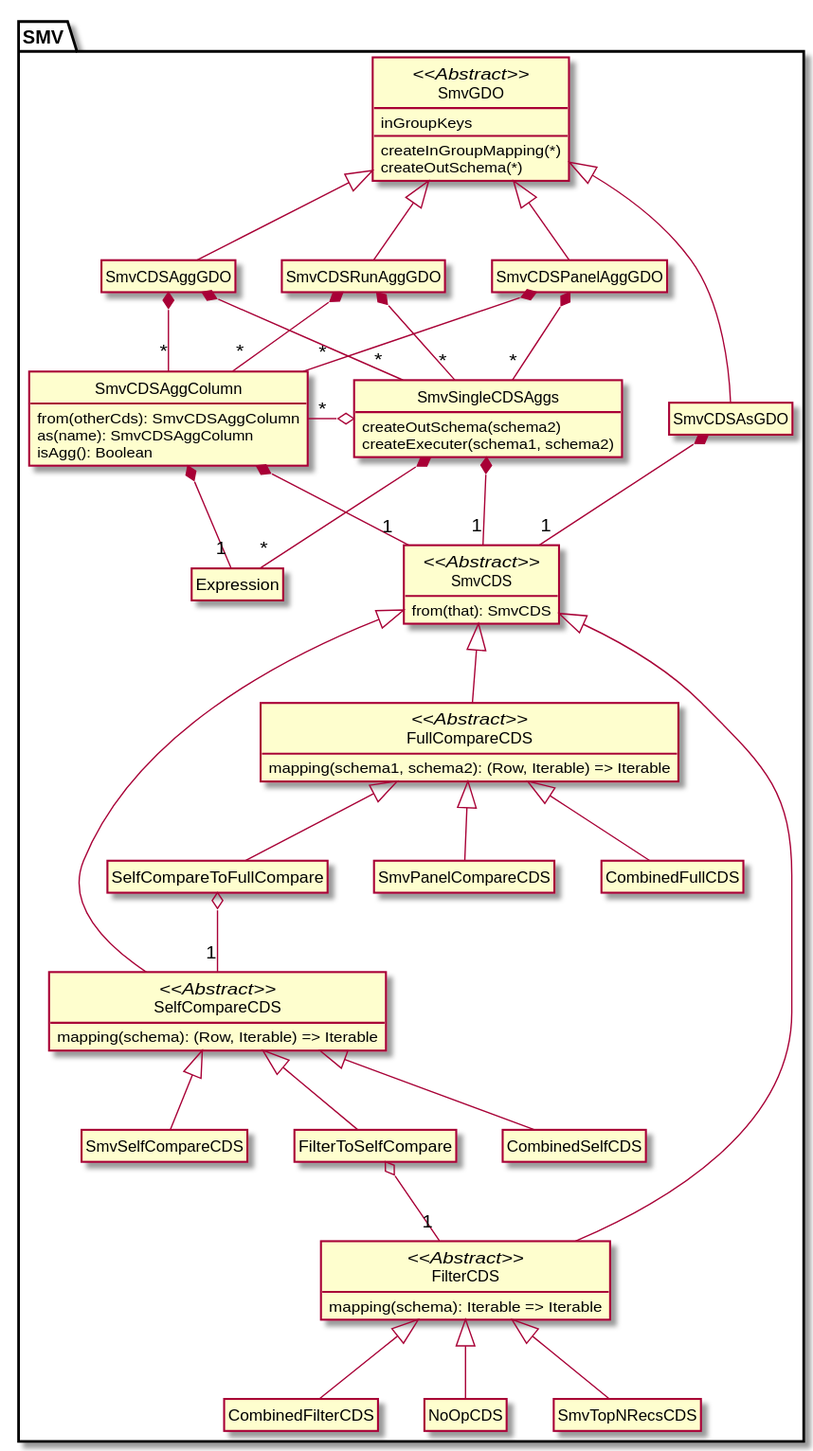
This is docs/design/smvCDS.svg from TresAmigosSD/SMV, a PlantUML export, as it was before one commit. Its source is kept beside it as docs/design/smvCDS.puml.
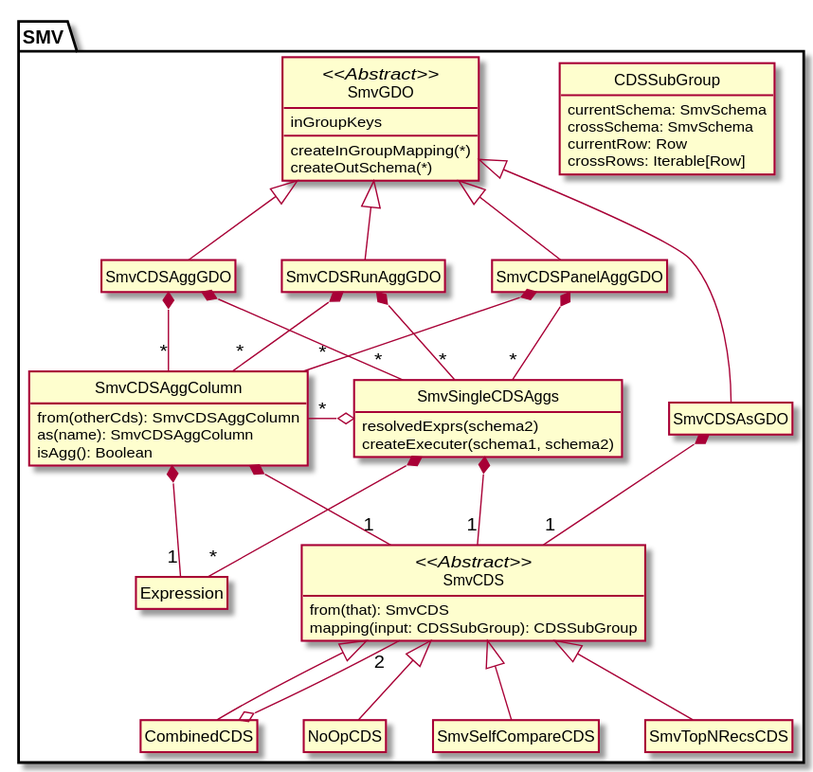
The same file after the commit.

The edit, as a diff of the source:
```diff
@@ -6,33 +6,22 @@
 
 
 package SMV {
+  class CDSSubGroup {
+    currentSchema: SmvSchema
+    crossSchema: SmvSchema
+    currentRow: Row
+    crossRows: Iterable[Row]
+  }
+
   class SmvCDS <<Abstract>> {
     from(that): SmvCDS
+    mapping(input: CDSSubGroup): CDSSubGroup
   }
 
-  class FullCompareCDS <<Abstract>> extends SmvCDS {
-    mapping(schema1, schema2): (Row, Iterable) => Iterable
-  }
+  class CombinedCDS extends SmvCDS
+  class NoOpCDS extends SmvCDS
 
-  class SelfCompareCDS <<Abstract>> extends SmvCDS {
-    mapping(schema): (Row, Iterable) => Iterable
-  }
-
-  class FilterCDS <<Abstract>> extends SmvCDS {
-    mapping(schema): Iterable => Iterable
-  }
-
-  class SelfCompareToFullCompare extends FullCompareCDS
-  class FilterToSelfCompare extends SelfCompareCDS
-
-  SelfCompareToFullCompare o-- "1" SelfCompareCDS
-  FilterToSelfCompare o-- "1" FilterCDS
-
-  class CombinedFullCDS extends FullCompareCDS
-  class CombinedSelfCDS extends SelfCompareCDS
-  class CombinedFilterCDS extends FilterCDS
-
-  class NoOpCDS extends FilterCDS
+  CombinedCDS o-- "2" SmvCDS
 
   class SmvCDSAggColumn{
     from(otherCds): SmvCDSAggColumn
@@ -43,12 +32,11 @@
   SmvCDSAggColumn *-- "1" Expression
   SmvCDSAggColumn *-- "1" SmvCDS
 
-  class SmvPanelCompareCDS extends FullCompareCDS
-  class SmvSelfCompareCDS extends SelfCompareCDS
-  class SmvTopNRecsCDS extends FilterCDS
+  class SmvSelfCompareCDS extends SmvCDS
+  class SmvTopNRecsCDS extends SmvCDS
 
   class SmvSingleCDSAggs{
-    createOutSchema(schema2)
+    resolvedExprs(schema2)
     createExecuter(schema1, schema2)
   }
 
```
